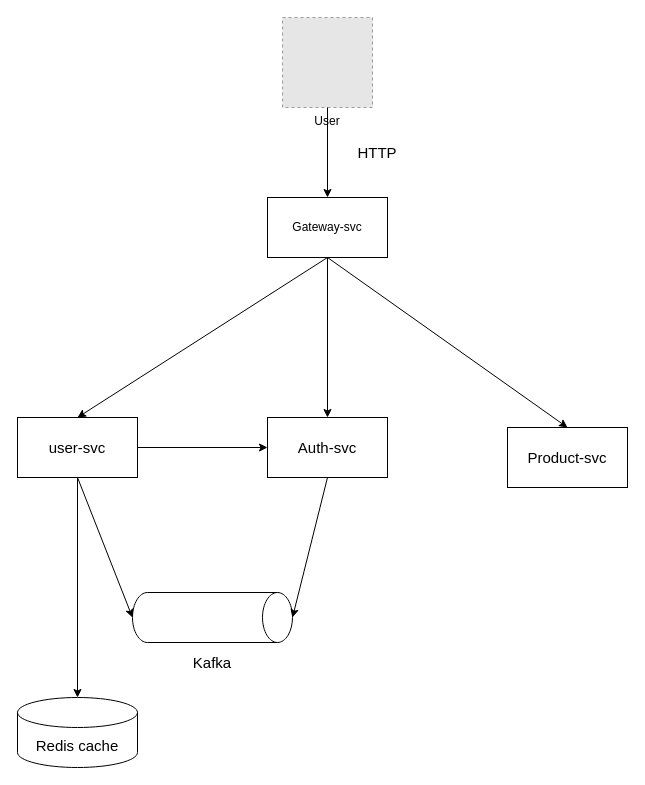
The draw.io diagram page "microservies" (2 of 3) of draft/draft.drawio in ngodat0103/yamp, before the edit. Source tidied: cells renumbered, new cells numbered last; positions are measured from the earlier drawing's top-left corner, leaving out a move shared by most shapes. Both pictures are drawn from the tidied source at 100%, with x=0, y=0 at pixel (17, 17). Pictures stored in the file or linked from it are replaced by grey dashed boxes.
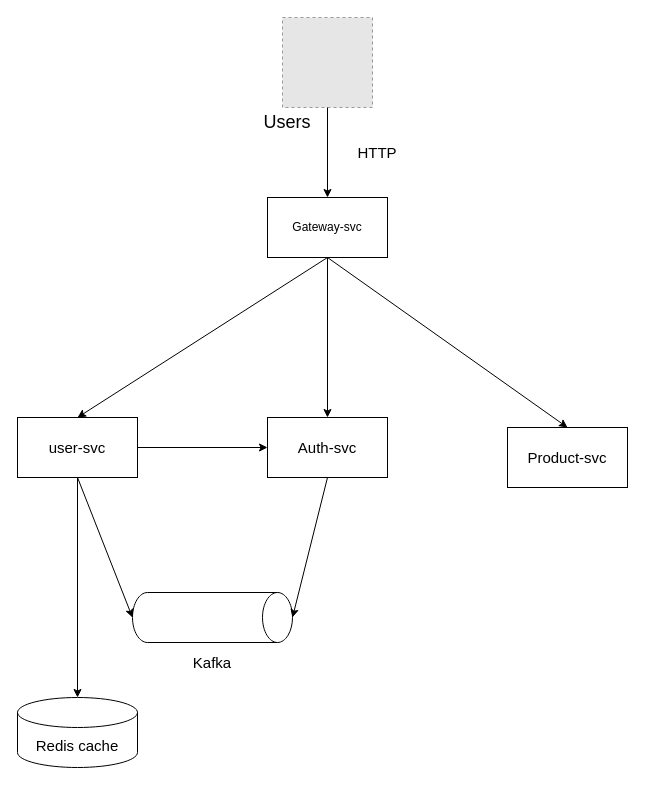
The same diagram, later.

Diff of the diagram source:
```diff
@@
 <mxGraphModel>
   <root>
     <mxCell id="0" />
     <mxCell id="1" parent="0" />
     <mxCell id="2" value="&lt;font style=&quot;font-size: 15px;&quot;&gt;Auth-svc&lt;/font&gt;" style="rounded=0;whiteSpace=wrap;html=1;" parent="1" vertex="1">
       <mxGeometry x="250" y="400" width="120" height="60" as="geometry" />
     </mxCell>
     <mxCell id="3" value="&lt;font style=&quot;font-size: 15px;&quot;&gt;user-svc&lt;/font&gt;" style="rounded=0;whiteSpace=wrap;html=1;" parent="1" vertex="1">
       <mxGeometry y="400" width="120" height="60" as="geometry" />
     </mxCell>
     <mxCell id="4" value="&lt;font style=&quot;font-size: 15px;&quot;&gt;Product-svc&lt;/font&gt;" style="rounded=0;whiteSpace=wrap;html=1;" parent="1" vertex="1">
       <mxGeometry x="490" y="410" width="120" height="60" as="geometry" />
     </mxCell>
     <mxCell id="5" value="Gateway-svc" style="rounded=0;whiteSpace=wrap;html=1;" parent="1" vertex="1">
       <mxGeometry x="250" y="180" width="120" height="60" as="geometry" />
     </mxCell>
     <mxCell id="6" value="&lt;font style=&quot;font-size: 15px;&quot;&gt;Redis cache&lt;/font&gt;" style="shape=cylinder3;whiteSpace=wrap;html=1;boundedLbl=1;backgroundOutline=1;size=15;" parent="1" vertex="1">
       <mxGeometry y="680" width="120" height="70" as="geometry" />
     </mxCell>
     <mxCell id="7" style="endArrow=classic;html=1;rounded=0;entryX=0.5;entryY=0;entryDx=0;entryDy=0;" parent="1" edge="1" source="5" target="2">
       <mxGeometry relative="1" as="geometry" />
     </mxCell>
     <mxCell id="8" style="endArrow=classic;html=1;rounded=0;exitX=0.5;exitY=1;exitDx=0;exitDy=0;entryX=0.5;entryY=0;entryDx=0;entryDy=0;" parent="1" edge="1" source="5" target="3">
       <mxGeometry relative="1" as="geometry" />
     </mxCell>
     <mxCell id="9" style="endArrow=classic;html=1;rounded=0;entryX=0.5;entryY=0;entryDx=0;entryDy=0;exitX=0.5;exitY=1;exitDx=0;exitDy=0;" parent="1" edge="1" source="5" target="4">
       <mxGeometry relative="1" as="geometry" />
     </mxCell>
     <mxCell id="10" style="endArrow=classic;html=1;rounded=0;exitX=0.5;exitY=1;exitDx=0;exitDy=0;entryX=0.5;entryY=0;entryDx=0;entryDy=0;entryPerimeter=0;" parent="1" edge="1" source="3" target="6">
       <mxGeometry relative="1" as="geometry" />
     </mxCell>
     <mxCell id="11" style="endArrow=classic;html=1;rounded=0;exitX=1;exitY=0.5;exitDx=0;exitDy=0;entryX=0;entryY=0.5;entryDx=0;entryDy=0;" parent="1" edge="1" source="3" target="2">
       <mxGeometry relative="1" as="geometry" />
     </mxCell>
     <mxCell id="12" style="shape=cylinder3;whiteSpace=wrap;html=1;boundedLbl=1;backgroundOutline=1;size=15;rotation=90;" parent="1" vertex="1">
       <mxGeometry x="170" y="520" width="50" height="160" as="geometry" />
     </mxCell>
     <mxCell id="13" style="endArrow=classic;html=1;rounded=0;exitX=0.5;exitY=1;exitDx=0;exitDy=0;entryX=0.5;entryY=1;entryDx=0;entryDy=0;entryPerimeter=0;" parent="1" edge="1" source="3" target="12">
       <mxGeometry relative="1" as="geometry" />
     </mxCell>
     <mxCell id="14" style="endArrow=classic;html=1;rounded=0;exitX=0.5;exitY=1;exitDx=0;exitDy=0;entryX=0.5;entryY=0;entryDx=0;entryDy=0;entryPerimeter=0;" parent="1" edge="1" source="2" target="12">
       <mxGeometry relative="1" as="geometry" />
     </mxCell>
     <mxCell id="15" value="&lt;font style=&quot;font-size: 15px;&quot;&gt;Kafka&lt;/font&gt;" style="text;html=1;align=center;verticalAlign=middle;whiteSpace=wrap;rounded=0;" parent="1" vertex="1">
       <mxGeometry x="120" y="630" width="150" height="30" as="geometry" />
     </mxCell>
-    <mxCell id="16" value="User" style="fillColor=#E6E6E6;strokeColor=#999999;dashed=1;verticalLabelPosition=bottom;labelBackgroundColor=default;verticalAlign=top;" parent="1" vertex="1">
+    <mxCell id="16" style="fillColor=#E6E6E6;strokeColor=#999999;dashed=1;verticalLabelPosition=bottom;labelBackgroundColor=default;verticalAlign=top;fontSize=18;" parent="1" vertex="1">
       <mxGeometry x="265" width="90" height="90" as="geometry" />
     </mxCell>
     <mxCell id="17" style="endArrow=classic;html=1;rounded=0;entryX=0.5;entryY=0;entryDx=0;entryDy=0;exitX=0.5;exitY=1;exitDx=0;exitDy=0;" parent="1" edge="1" source="16" target="5">
       <mxGeometry relative="1" as="geometry" />
     </mxCell>
     <mxCell id="18" value="&lt;font style=&quot;font-size: 15px;&quot;&gt;HTTP&lt;/font&gt;" style="text;html=1;align=center;verticalAlign=middle;whiteSpace=wrap;rounded=0;" parent="1" vertex="1">
       <mxGeometry x="330" y="120" width="60" height="30" as="geometry" />
     </mxCell>
+    <mxCell id="19" value="&lt;font style=&quot;font-size: 18px;&quot;&gt;Users&lt;/font&gt;" style="text;html=1;align=center;verticalAlign=middle;whiteSpace=wrap;rounded=0;" parent="1" vertex="1">
+      <mxGeometry x="240" y="90" width="60" height="30" as="geometry" />
+    </mxCell>
   </root>
 </mxGraphModel>
```
